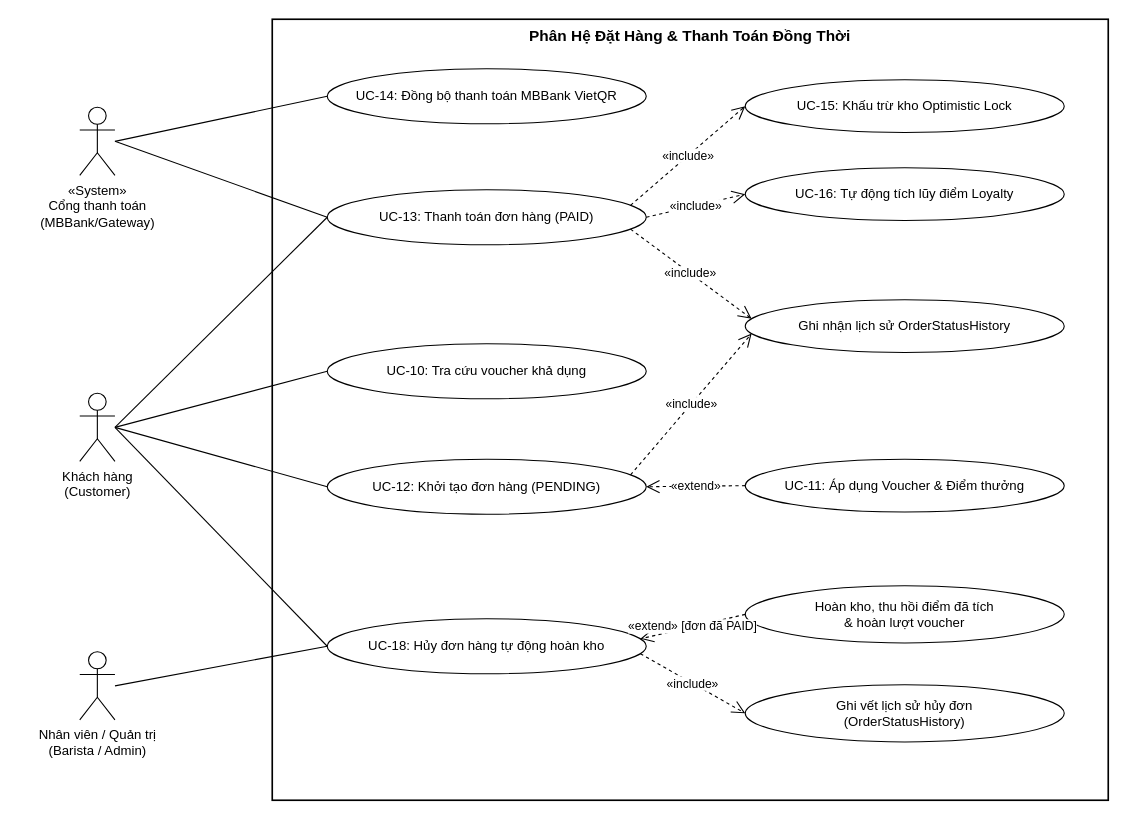
The draw.io diagram docs/diagrams/usecases/03-subsystem-order-payment.drawio in hanhdevsgu/BrewLite-Assignment2, before the edit. Source tidied: cells renumbered, new cells numbered last; positions are measured from the earlier drawing's top-left corner, leaving out a move shared by most shapes. Both pictures are drawn from the tidied source at 110%, with x=0, y=0 at pixel (79, 19).
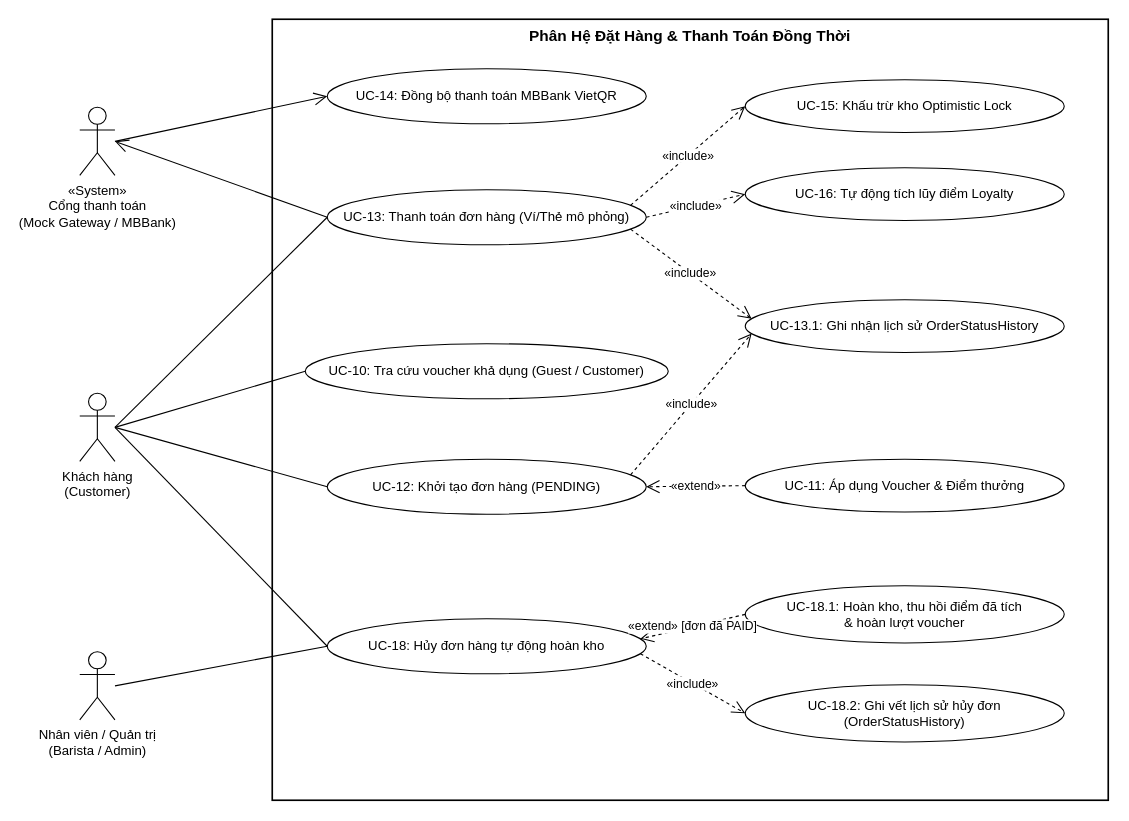
The same diagram, later.

Commit message (it also covers changes not shown here):
docs(usecase): align UC-06, Admin inheritance, Gateway directions, and sub-UC IDs with backend

The change refers to these unchanged cells:
```xml
<mxCell id="6" value="UC-14: Đồng bộ thanh toán MBBank VietQR" style="ellipse;whiteSpace=wrap;html=1;fillColor=#ffffff;strokeColor=#000000;fontSize=12;" parent="1" vertex="1">
  <mxGeometry x="225" y="45" width="290" height="50" as="geometry" />
</mxCell>
```

Diff of the diagram source:
```diff
@@
-    <mxCell id="3" value="«System»&lt;br&gt;Cổng thanh toán&lt;br&gt;(MBBank/Gateway)" style="shape=umlActor;verticalLabelPosition=bottom;verticalAlign=top;html=1;outlineConnect=0;fillColor=#ffffff;strokeColor=#000000;fontSize=12;" parent="1" vertex="1">
+    <mxCell id="3" value="«System»&lt;br&gt;Cổng thanh toán&lt;br&gt;(Mock Gateway / MBBank)" style="shape=umlActor;verticalLabelPosition=bottom;verticalAlign=top;html=1;outlineConnect=0;fillColor=#ffffff;strokeColor=#000000;fontSize=12;" parent="1" vertex="1">
       <mxGeometry y="80" width="32" height="62" as="geometry" />
     </mxCell>
@@
-    <mxCell id="7" value="UC-13: Thanh toán đơn hàng (PAID)" style="ellipse;whiteSpace=wrap;html=1;fillColor=#ffffff;strokeColor=#000000;fontSize=12;" parent="1" vertex="1">
+    <mxCell id="7" value="UC-13: Thanh toán đơn hàng (Ví/Thẻ mô phỏng)" style="ellipse;whiteSpace=wrap;html=1;fillColor=#ffffff;strokeColor=#000000;fontSize=12;" parent="1" vertex="1">
       <mxGeometry x="225" y="155" width="290" height="50" as="geometry" />
     </mxCell>
-    <mxCell id="8" value="UC-10: Tra cứu voucher khả dụng" style="ellipse;whiteSpace=wrap;html=1;fillColor=#ffffff;strokeColor=#000000;fontSize=12;" parent="1" vertex="1">
-      <mxGeometry x="225" y="295" width="290" height="50" as="geometry" />
+    <mxCell id="8" value="UC-10: Tra cứu voucher khả dụng (Guest / Customer)" style="ellipse;whiteSpace=wrap;html=1;fillColor=#ffffff;strokeColor=#000000;fontSize=12;" parent="1" vertex="1">
+      <mxGeometry x="205" y="295" width="330" height="50" as="geometry" />
     </mxCell>
@@
-    <mxCell id="13" value="Ghi nhận lịch sử OrderStatusHistory" style="ellipse;whiteSpace=wrap;html=1;fillColor=#ffffff;strokeColor=#000000;fontSize=12;" parent="1" vertex="1">
+    <mxCell id="13" value="UC-13.1: Ghi nhận lịch sử OrderStatusHistory" style="ellipse;whiteSpace=wrap;html=1;fillColor=#ffffff;strokeColor=#000000;fontSize=12;" parent="1" vertex="1">
       <mxGeometry x="605" y="255" width="290" height="48" as="geometry" />
     </mxCell>
@@
-    <mxCell id="15" value="Hoàn kho, thu hồi điểm đã tích&lt;br&gt;&amp;amp; hoàn lượt voucher" style="ellipse;whiteSpace=wrap;html=1;fillColor=#ffffff;strokeColor=#000000;fontSize=12;" parent="1" vertex="1">
+    <mxCell id="15" value="UC-18.1: Hoàn kho, thu hồi điểm đã tích&lt;br&gt;&amp;amp; hoàn lượt voucher" style="ellipse;whiteSpace=wrap;html=1;fillColor=#ffffff;strokeColor=#000000;fontSize=12;" parent="1" vertex="1">
       <mxGeometry x="605" y="515" width="290" height="52" as="geometry" />
     </mxCell>
-    <mxCell id="16" value="Ghi vết lịch sử hủy đơn&lt;br&gt;(OrderStatusHistory)" style="ellipse;whiteSpace=wrap;html=1;fillColor=#ffffff;strokeColor=#000000;fontSize=12;" parent="1" vertex="1">
+    <mxCell id="16" value="UC-18.2: Ghi vết lịch sử hủy đơn&lt;br&gt;(OrderStatusHistory)" style="ellipse;whiteSpace=wrap;html=1;fillColor=#ffffff;strokeColor=#000000;fontSize=12;" parent="1" vertex="1">
       <mxGeometry x="605" y="605" width="290" height="52" as="geometry" />
     </mxCell>
-    <mxCell id="17" style="endArrow=none;html=1;strokeColor=#000000;strokeWidth=1;exitX=1;exitY=0.5;exitDx=0;exitDy=0;entryX=0;entryY=0.5;entryDx=0;entryDy=0;" parent="1" edge="1" source="3" target="6">
+    <mxCell id="17" style="endArrow=open;endSize=10;html=1;strokeColor=#000000;strokeWidth=1;exitX=1;exitY=0.5;exitDx=0;exitDy=0;entryX=0;entryY=0.5;entryDx=0;entryDy=0;" parent="1" edge="1" source="3" target="6">
       <mxGeometry relative="1" as="geometry" />
     </mxCell>
-    <mxCell id="18" style="endArrow=none;html=1;strokeColor=#000000;strokeWidth=1;exitX=1;exitY=0.5;exitDx=0;exitDy=0;entryX=0;entryY=0.5;entryDx=0;entryDy=0;" parent="1" edge="1" source="3" target="7">
+    <mxCell id="18" style="endArrow=open;endSize=10;html=1;strokeColor=#000000;strokeWidth=1;exitX=0;exitY=0.5;exitDx=0;exitDy=0;entryX=1;entryY=0.5;entryDx=0;entryDy=0;" parent="1" edge="1" source="7" target="3">
       <mxGeometry relative="1" as="geometry" />
     </mxCell>
```
